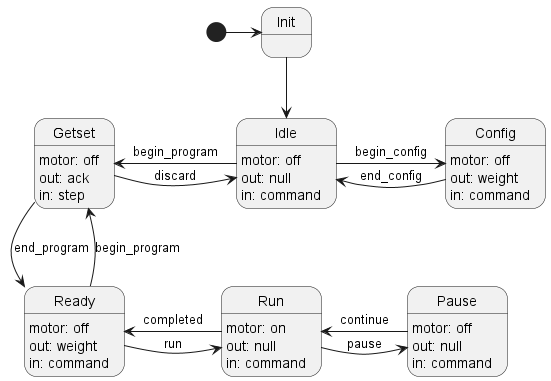
HeraclitoDeEfeso/caminador keeps this PlantUML diagram as firmware.png. Above is the earlier version.
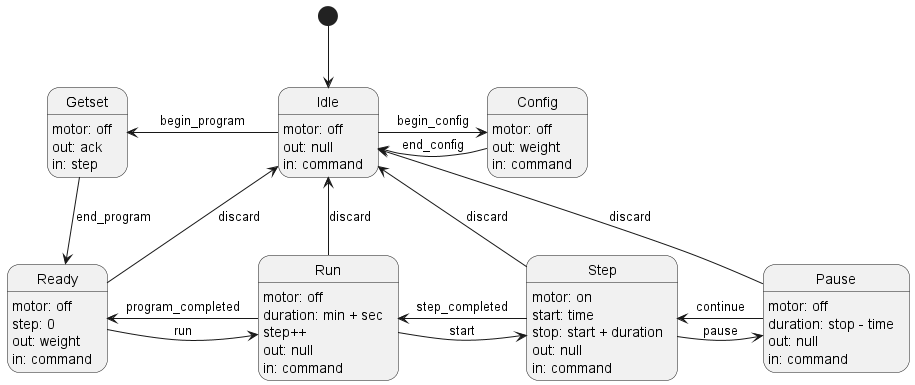
The same diagram one commit later.

Commit message:
Firmware: state Step, transition discard

Diff of the diagram source:
```diff
@@ -1,18 +1,22 @@
 @startuml
 
-[*] -> Init
-Init --> Idle
+[*] --> Idle
 Idle -> Config : begin_config
 Config -> Idle : end_config
 Idle -left-> Getset : begin_program
-Getset -right-> Idle: discard
+
+
 Getset --> Ready : end_program
-Ready --> Getset : begin_program
 Ready -> Run : run
-Run -> Ready : completed
-Run -> Pause : pause
-Pause -> Run : continue
-
+Ready -up-> Idle : discard
+Run -> Ready : program_completed
+Run -> Step : start
+Run -up-> Idle : discard
+Step -> Run : step_completed
+Step -> Pause : pause
+Step -up-> Idle : discard
+Pause -> Step : continue
+Pause -up-> Idle : discard
 
 Idle : motor: off
 Idle : out: null
@@ -24,12 +28,21 @@
 Config : out: weight
 Config : in: command
 Ready : motor: off
+Ready : step: 0
 Ready : out: weight
 Ready : in: command
-Run : motor: on
+Run : motor: off
+Run : duration: min + sec
+Run : step++
 Run : out: null
 Run : in: command
+Step : motor: on
+Step : start: time
+Step : stop: start + duration
+Step : out: null
+Step : in: command
 Pause : motor: off
+Pause : duration: stop - time
 Pause : out: null
 Pause : in: command
 
```
